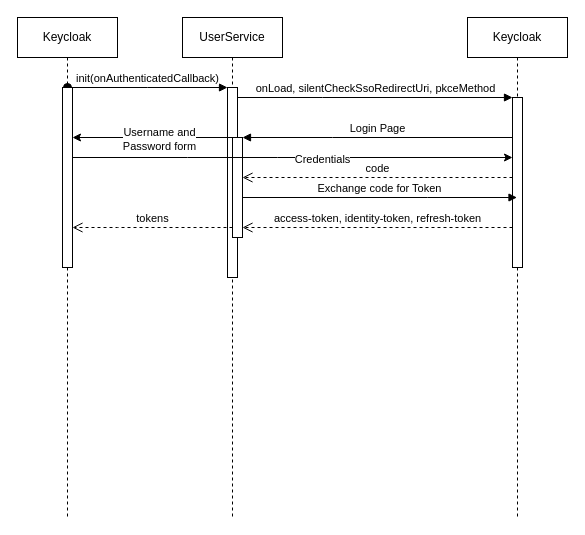
Above: Untitled Diagram.drawio in SacredDoggo/sem-6-project-diagrams (draw.io), before the change. Source tidied: cells renumbered, new cells numbered last; positions are measured from the earlier drawing's top-left corner, leaving out a move shared by most shapes. Both pictures are drawn from the tidied source at 100%, with x=0, y=0 at pixel (17, 17).
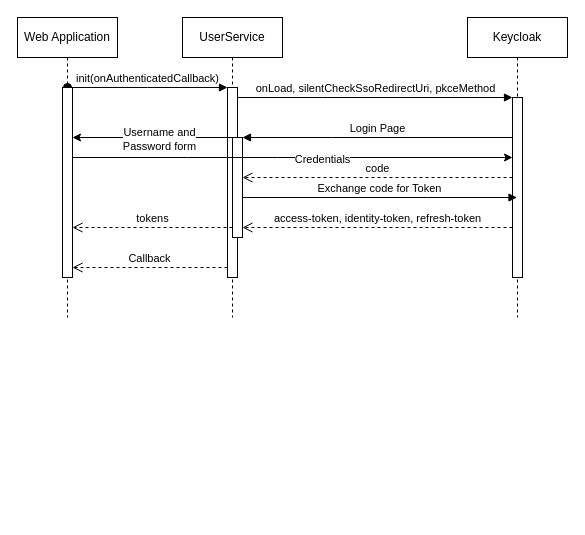
Above is the later version.

Change to the diagram source:
```diff
@@
     <mxCell id="2" value="UserService" style="shape=umlLifeline;perimeter=lifelinePerimeter;whiteSpace=wrap;html=1;newEdgeStyle={&quot;edgeStyle&quot;:&quot;elbowEdgeStyle&quot;,&quot;elbow&quot;:&quot;vertical&quot;,&quot;curved&quot;:0,&quot;rounded&quot;:0};" parent="1" vertex="1">
-      <mxGeometry x="165" width="100" height="500" as="geometry" />
+      <mxGeometry x="165" width="100" height="300" as="geometry" />
     </mxCell>
@@
     <mxCell id="6" value="Keycloak" style="shape=umlLifeline;perimeter=lifelinePerimeter;whiteSpace=wrap;html=1;outlineConnect=0;portConstraint=eastwest;newEdgeStyle={&quot;edgeStyle&quot;:&quot;elbowEdgeStyle&quot;,&quot;elbow&quot;:&quot;vertical&quot;,&quot;curved&quot;:0,&quot;rounded&quot;:0};" parent="1" vertex="1">
-      <mxGeometry x="450" width="100" height="500" as="geometry" />
+      <mxGeometry x="450" width="100" height="300" as="geometry" />
     </mxCell>
     <mxCell id="7" style="html=1;points=[];perimeter=orthogonalPerimeter;outlineConnect=0;targetShapes=umlLifeline;portConstraint=eastwest;newEdgeStyle={&quot;edgeStyle&quot;:&quot;elbowEdgeStyle&quot;,&quot;elbow&quot;:&quot;vertical&quot;,&quot;curved&quot;:0,&quot;rounded&quot;:0};" parent="6" vertex="1">
-      <mxGeometry x="45" y="80" width="10" height="170" as="geometry" />
+      <mxGeometry x="45" y="80" width="10" height="180" as="geometry" />
     </mxCell>
@@
-    <mxCell id="10" value="Keycloak" style="shape=umlLifeline;perimeter=lifelinePerimeter;whiteSpace=wrap;html=1;newEdgeStyle={&quot;edgeStyle&quot;:&quot;elbowEdgeStyle&quot;,&quot;elbow&quot;:&quot;vertical&quot;,&quot;curved&quot;:0,&quot;rounded&quot;:0};" parent="1" vertex="1">
-      <mxGeometry width="100" height="500" as="geometry" />
+    <mxCell id="10" value="Web Application" style="shape=umlLifeline;perimeter=lifelinePerimeter;whiteSpace=wrap;html=1;newEdgeStyle={&quot;edgeStyle&quot;:&quot;elbowEdgeStyle&quot;,&quot;elbow&quot;:&quot;vertical&quot;,&quot;curved&quot;:0,&quot;rounded&quot;:0};" parent="1" vertex="1">
+      <mxGeometry width="100" height="300" as="geometry" />
     </mxCell>
     <mxCell id="11" style="html=1;points=[];perimeter=orthogonalPerimeter;outlineConnect=0;targetShapes=umlLifeline;portConstraint=eastwest;newEdgeStyle={&quot;edgeStyle&quot;:&quot;elbowEdgeStyle&quot;,&quot;elbow&quot;:&quot;vertical&quot;,&quot;curved&quot;:0,&quot;rounded&quot;:0};" parent="10" vertex="1">
-      <mxGeometry x="45" y="70" width="10" height="180" as="geometry" />
+      <mxGeometry x="45" y="70" width="10" height="190" as="geometry" />
     </mxCell>
@@
+    <mxCell id="20" value="Callback" style="html=1;verticalAlign=bottom;endArrow=open;dashed=1;endSize=8;edgeStyle=elbowEdgeStyle;elbow=vertical;curved=0;rounded=0;" parent="1" edge="1" target="11">
+      <mxGeometry relative="1" as="geometry">
+        <mxPoint x="210" y="250" as="sourcePoint" />
+        <Array as="points">
+          <mxPoint x="60" y="250" />
+        </Array>
+      </mxGeometry>
+    </mxCell>
```
